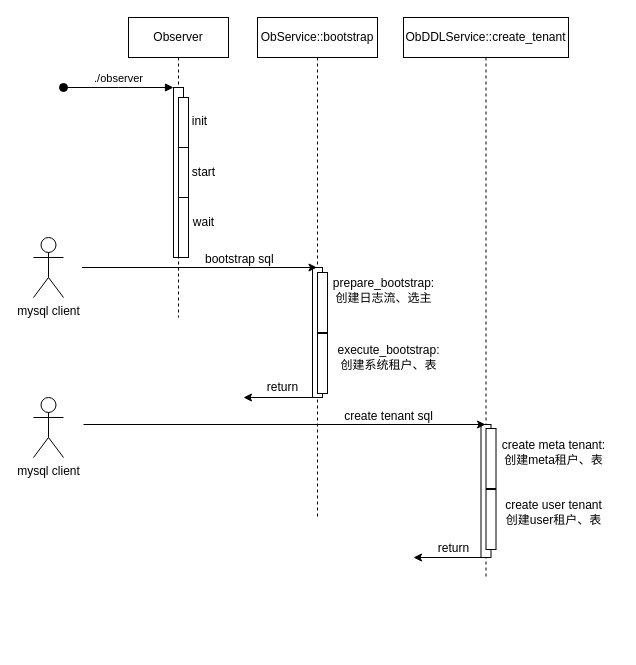
Above: ob/启动流程.drawio in AgentGuo/flow_chart (draw.io), before the change. Source tidied: cells renumbered, new cells numbered last; positions are measured from the earlier drawing's top-left corner, leaving out a move shared by most shapes. Both pictures are drawn from the tidied source at 100%, with x=0, y=0 at pixel (33, 17).
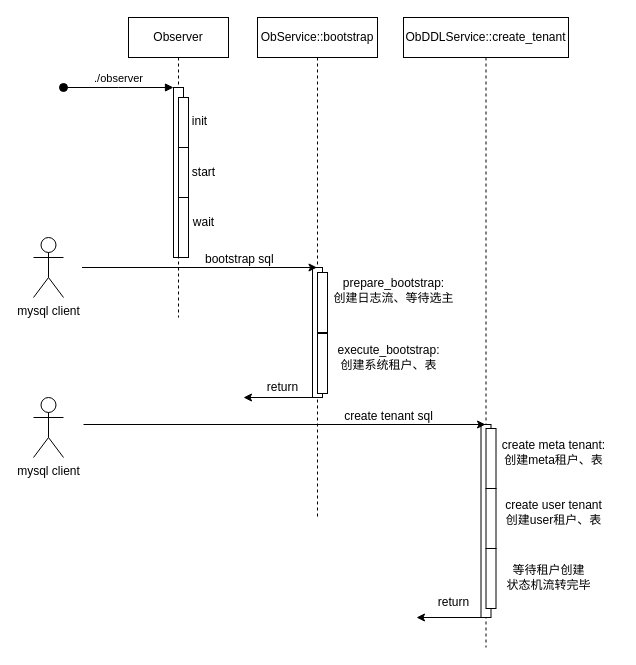
Above is the later version.

Commit message (it also covers changes not shown here):
更新启动流程.drawio

Change to the diagram source:
```diff
@@
     <mxCell id="15" value="&lt;div&gt;&lt;div class=&quot;old-record-id-IgtFdN6Iko3XxbxAwm1cqpuun3d&quot;&gt;ObDDLService::create_tenant&lt;/div&gt;&lt;/div&gt;" style="shape=umlLifeline;perimeter=lifelinePerimeter;whiteSpace=wrap;html=1;outlineConnect=0;portConstraint=eastwest;newEdgeStyle={&quot;edgeStyle&quot;:&quot;elbowEdgeStyle&quot;,&quot;elbow&quot;:&quot;vertical&quot;,&quot;curved&quot;:0,&quot;rounded&quot;:0};" parent="1" vertex="1">
-      <mxGeometry x="370" width="165" height="560" as="geometry" />
+      <mxGeometry x="370" width="165" height="630" as="geometry" />
     </mxCell>
     <mxCell id="16" style="html=1;perimeter=orthogonalPerimeter;targetShapes=umlLifeline;newEdgeStyle={&quot;edgeStyle&quot;:&quot;elbowEdgeStyle&quot;,&quot;elbow&quot;:&quot;vertical&quot;,&quot;curved&quot;:0,&quot;rounded&quot;:0};" parent="15" vertex="1">
-      <mxGeometry x="77.5" y="407" width="10" height="133" as="geometry" />
+      <mxGeometry x="77.5" y="407" width="10" height="193" as="geometry" />
     </mxCell>
@@
     <mxCell id="18" style="html=1;perimeter=orthogonalPerimeter;targetShapes=umlLifeline;newEdgeStyle={&quot;edgeStyle&quot;:&quot;elbowEdgeStyle&quot;,&quot;elbow&quot;:&quot;vertical&quot;,&quot;curved&quot;:0,&quot;rounded&quot;:0};" parent="15" vertex="1">
-      <mxGeometry x="82.5" y="472" width="10" height="60" as="geometry" />
+      <mxGeometry x="82.5" y="471" width="10" height="60" as="geometry" />
     </mxCell>
+    <mxCell id="33" style="html=1;perimeter=orthogonalPerimeter;targetShapes=umlLifeline;newEdgeStyle={&quot;edgeStyle&quot;:&quot;elbowEdgeStyle&quot;,&quot;elbow&quot;:&quot;vertical&quot;,&quot;curved&quot;:0,&quot;rounded&quot;:0};" parent="15" vertex="1">
+      <mxGeometry x="82.5" y="531" width="10" height="60" as="geometry" />
+    </mxCell>
@@
-    <mxCell id="22" value="prepare_bootstrap:&lt;br&gt;创建日志流、选主" style="text;html=1;align=center;verticalAlign=middle;strokeColor=none;fillColor=none;" parent="1" vertex="1">
-      <mxGeometry x="290" y="253" width="120" height="40" as="geometry" />
+    <mxCell id="22" value="prepare_bootstrap:&lt;br&gt;创建日志流、等待选主" style="text;html=1;align=center;verticalAlign=middle;strokeColor=none;fillColor=none;" parent="1" vertex="1">
+      <mxGeometry x="290" y="253" width="140" height="40" as="geometry" />
     </mxCell>
@@
-    <mxCell id="30" style="endArrow=classic;html=1;rounded=0;" parent="1" edge="1" source="15">
+    <mxCell id="30" style="endArrow=classic;html=1;rounded=0;" parent="1" edge="1">
       <mxGeometry relative="1" as="geometry">
-        <mxPoint x="380" y="540" as="targetPoint" />
+        <mxPoint x="455" y="600" as="sourcePoint" />
+        <mxPoint x="383" y="600" as="targetPoint" />
       </mxGeometry>
     </mxCell>
     <mxCell id="31" value="return" style="text;html=1;align=center;verticalAlign=middle;strokeColor=none;fillColor=none;" parent="1" vertex="1">
-      <mxGeometry x="395" y="516" width="50" height="30" as="geometry" />
+      <mxGeometry x="395" y="570" width="50" height="30" as="geometry" />
     </mxCell>
@@
+    <mxCell id="34" value="等待租户创建&lt;br&gt;状态机流转完毕" style="text;html=1;align=center;verticalAlign=middle;strokeColor=none;fillColor=none;" parent="1" vertex="1">
+      <mxGeometry x="460" y="540" width="110" height="40" as="geometry" />
+    </mxCell>
```
